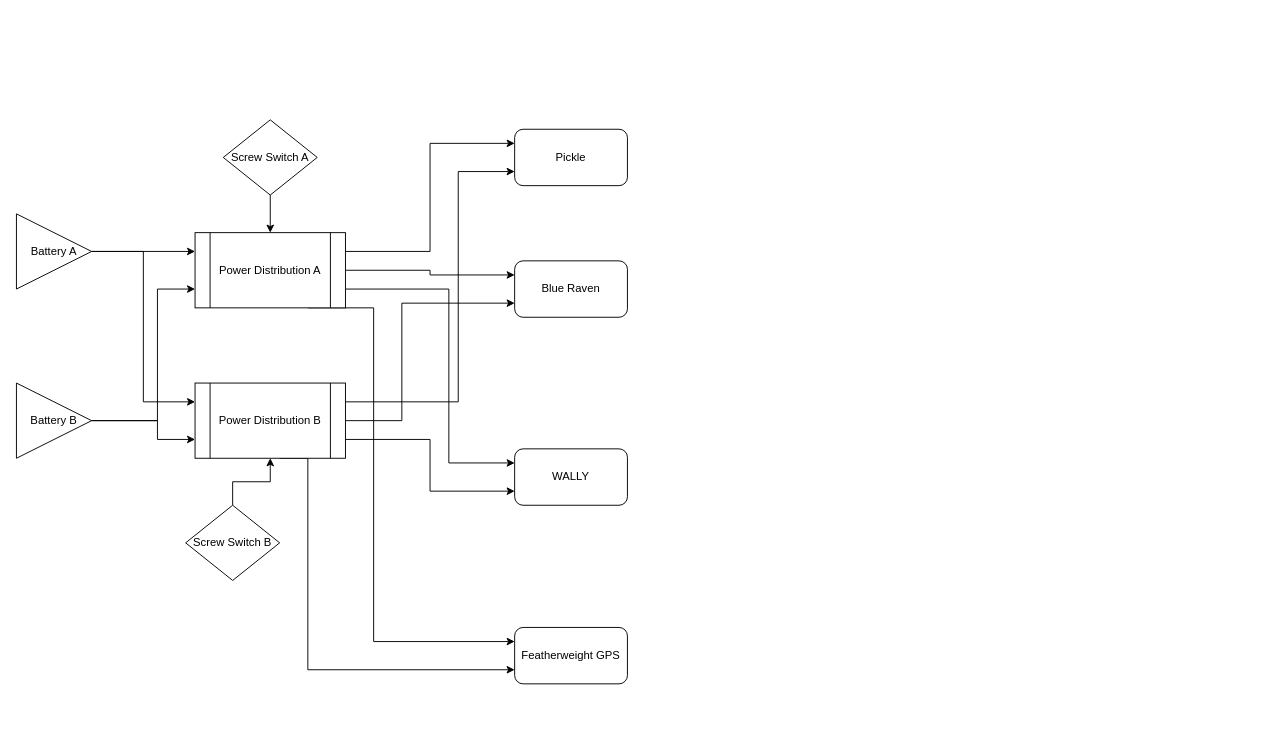
Above: SIRIUS_sustainer.drawio in icl-rocketry/wally (draw.io), before the change. Source tidied: cells renumbered, new cells numbered last; positions are measured from the earlier drawing's top-left corner, leaving out a move shared by most shapes. Both pictures are drawn from the tidied source at 94%, with x=0, y=0 at pixel (16, 119).
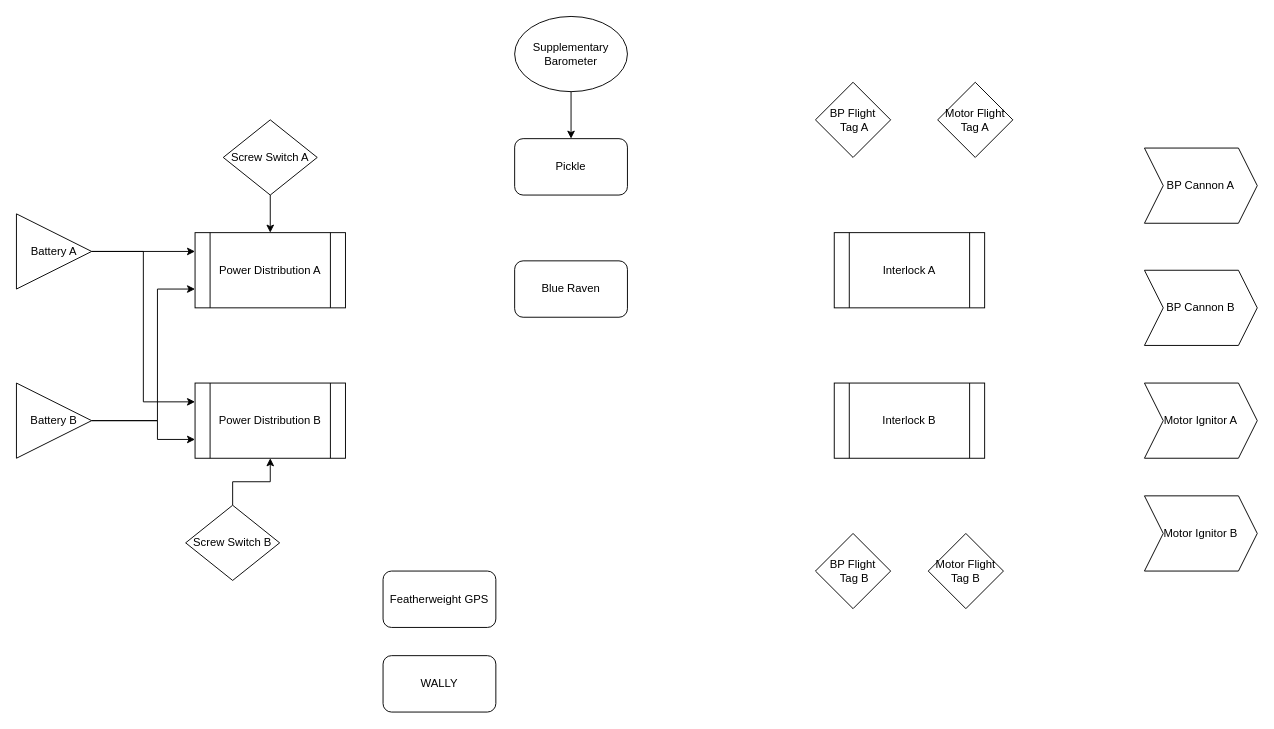
The same page after the edit.

Unchanged cells that the change refers to:
```xml
<mxCell id="6" value="Power Distribution A" style="shape=process;whiteSpace=wrap;html=1;backgroundOutline=1;" parent="1" vertex="1">
  <mxGeometry x="190" y="120" width="160" height="80" as="geometry" />
</mxCell>
<mxCell id="11" value="Power Distribution B" style="shape=process;whiteSpace=wrap;html=1;backgroundOutline=1;" parent="1" vertex="1">
  <mxGeometry x="190" y="280" width="160" height="80" as="geometry" />
</mxCell>
<mxCell id="23" value="Blue Raven" style="rounded=1;whiteSpace=wrap;html=1;" parent="1" vertex="1">
  <mxGeometry x="530" y="150" width="120" height="60" as="geometry" />
</mxCell>
```

Diff of the diagram source:
```diff
@@
-    <mxCell id="2" style="edgeStyle=orthogonalEdgeStyle;rounded=0;jettySize=auto;html=1;exitX=1;exitY=0.25;exitDx=0;exitDy=0;entryX=0;entryY=0.25;entryDx=0;entryDy=0;" parent="1" edge="1" source="6" target="22">
-      <mxGeometry relative="1" as="geometry" />
-    </mxCell>
-    <mxCell id="3" style="edgeStyle=orthogonalEdgeStyle;rounded=0;jettySize=auto;html=1;exitX=1;exitY=0.5;exitDx=0;exitDy=0;entryX=0;entryY=0.25;entryDx=0;entryDy=0;" parent="1" edge="1" source="6" target="23">
-      <mxGeometry relative="1" as="geometry" />
-    </mxCell>
-    <mxCell id="4" style="edgeStyle=orthogonalEdgeStyle;rounded=0;jettySize=auto;html=1;exitX=1;exitY=0.75;exitDx=0;exitDy=0;entryX=0;entryY=0.25;entryDx=0;entryDy=0;" parent="1" edge="1" source="6" target="24">
-      <mxGeometry relative="1" as="geometry">
-        <Array as="points">
-          <mxPoint x="460" y="180" />
-          <mxPoint x="460" y="365" />
-        </Array>
-      </mxGeometry>
-    </mxCell>
-    <mxCell id="5" style="edgeStyle=orthogonalEdgeStyle;rounded=0;jettySize=auto;html=1;exitX=0.75;exitY=1;exitDx=0;exitDy=0;entryX=0;entryY=0.25;entryDx=0;entryDy=0;" parent="1" edge="1" source="6" target="25">
-      <mxGeometry relative="1" as="geometry">
-        <Array as="points">
-          <mxPoint x="380" y="200" />
-          <mxPoint x="380" y="555" />
-        </Array>
-      </mxGeometry>
-    </mxCell>
@@
-    <mxCell id="7" style="edgeStyle=orthogonalEdgeStyle;rounded=0;jettySize=auto;html=1;exitX=1;exitY=0.25;exitDx=0;exitDy=0;entryX=0;entryY=0.75;entryDx=0;entryDy=0;" parent="1" edge="1" source="11" target="22">
-      <mxGeometry relative="1" as="geometry">
-        <Array as="points">
-          <mxPoint x="470" y="300" />
-          <mxPoint x="470" y="55" />
-        </Array>
-      </mxGeometry>
-    </mxCell>
-    <mxCell id="8" style="edgeStyle=orthogonalEdgeStyle;rounded=0;jettySize=auto;html=1;exitX=1;exitY=0.5;exitDx=0;exitDy=0;entryX=0;entryY=0.75;entryDx=0;entryDy=0;" parent="1" edge="1" source="11" target="23">
-      <mxGeometry relative="1" as="geometry">
-        <Array as="points">
-          <mxPoint x="410" y="320" />
-          <mxPoint x="410" y="195" />
-        </Array>
-      </mxGeometry>
-    </mxCell>
-    <mxCell id="9" style="edgeStyle=orthogonalEdgeStyle;rounded=0;jettySize=auto;html=1;exitX=1;exitY=0.75;exitDx=0;exitDy=0;entryX=0;entryY=0.75;entryDx=0;entryDy=0;" parent="1" edge="1" source="11" target="24">
-      <mxGeometry relative="1" as="geometry" />
-    </mxCell>
-    <mxCell id="10" style="edgeStyle=orthogonalEdgeStyle;rounded=0;jettySize=auto;html=1;exitX=0.75;exitY=1;exitDx=0;exitDy=0;entryX=0;entryY=0.75;entryDx=0;entryDy=0;" parent="1" edge="1" target="25">
-      <mxGeometry relative="1" as="geometry">
-        <mxPoint x="280" y="360" as="sourcePoint" />
-        <Array as="points">
-          <mxPoint x="310" y="360" />
-          <mxPoint x="310" y="585" />
-        </Array>
-      </mxGeometry>
-    </mxCell>
@@
     <mxCell id="22" value="Pickle" style="rounded=1;whiteSpace=wrap;html=1;" parent="1" vertex="1">
-      <mxGeometry x="530" y="10" width="120" height="60" as="geometry" />
+      <mxGeometry x="530" y="20" width="120" height="60" as="geometry" />
     </mxCell>
@@
     <mxCell id="24" value="WALLY" style="rounded=1;whiteSpace=wrap;html=1;" parent="1" vertex="1">
-      <mxGeometry x="530" y="350" width="120" height="60" as="geometry" />
+      <mxGeometry x="390" y="570" width="120" height="60" as="geometry" />
     </mxCell>
     <mxCell id="25" value="Featherweight GPS" style="rounded=1;whiteSpace=wrap;html=1;" parent="1" vertex="1">
-      <mxGeometry x="530" y="540" width="120" height="60" as="geometry" />
+      <mxGeometry x="390" y="480" width="120" height="60" as="geometry" />
     </mxCell>
+    <mxCell id="26" style="edgeStyle=orthogonalEdgeStyle;rounded=0;jettySize=auto;html=1;exitX=0.5;exitY=1;exitDx=0;exitDy=0;entryX=0.5;entryY=0;entryDx=0;entryDy=0;" parent="1" edge="1" source="27" target="22">
+      <mxGeometry relative="1" as="geometry" />
+    </mxCell>
+    <mxCell id="27" value="Supplementary Barometer" style="ellipse;whiteSpace=wrap;html=1;" parent="1" vertex="1">
+      <mxGeometry x="530" y="-110" width="120" height="80" as="geometry" />
+    </mxCell>
+    <mxCell id="28" value="Interlock A" style="shape=process;whiteSpace=wrap;html=1;backgroundOutline=1;" parent="1" vertex="1">
+      <mxGeometry x="870" y="120" width="160" height="80" as="geometry" />
+    </mxCell>
+    <mxCell id="29" value="Interlock B" style="shape=process;whiteSpace=wrap;html=1;backgroundOutline=1;" parent="1" vertex="1">
+      <mxGeometry x="870" y="280" width="160" height="80" as="geometry" />
+    </mxCell>
+    <mxCell id="30" value="BP Cannon A" style="shape=step;perimeter=stepPerimeter;whiteSpace=wrap;html=1;fixedSize=1;" parent="1" vertex="1">
+      <mxGeometry x="1200" y="30" width="120" height="80" as="geometry" />
+    </mxCell>
+    <mxCell id="31" value="BP Cannon B" style="shape=step;perimeter=stepPerimeter;whiteSpace=wrap;html=1;fixedSize=1;" parent="1" vertex="1">
+      <mxGeometry x="1200" y="160" width="120" height="80" as="geometry" />
+    </mxCell>
+    <mxCell id="32" value="Motor Ignitor A" style="shape=step;perimeter=stepPerimeter;whiteSpace=wrap;html=1;fixedSize=1;" parent="1" vertex="1">
+      <mxGeometry x="1200" y="280" width="120" height="80" as="geometry" />
+    </mxCell>
+    <mxCell id="33" value="Motor Ignitor B" style="shape=step;perimeter=stepPerimeter;whiteSpace=wrap;html=1;fixedSize=1;" parent="1" vertex="1">
+      <mxGeometry x="1200" y="400" width="120" height="80" as="geometry" />
+    </mxCell>
+    <mxCell id="34" value="BP Flight&lt;br&gt;&amp;nbsp;Tag A" style="rhombus;whiteSpace=wrap;html=1;" parent="1" vertex="1">
+      <mxGeometry x="850" y="-40" width="80" height="80" as="geometry" />
+    </mxCell>
+    <mxCell id="35" value="Motor Flight Tag A" style="rhombus;whiteSpace=wrap;html=1;" parent="1" vertex="1">
+      <mxGeometry x="980" y="-40" width="80" height="80" as="geometry" />
+    </mxCell>
+    <mxCell id="36" value="BP Flight&lt;br&gt;&amp;nbsp;Tag B" style="rhombus;whiteSpace=wrap;html=1;" parent="1" vertex="1">
+      <mxGeometry x="850" y="440" width="80" height="80" as="geometry" />
+    </mxCell>
+    <mxCell id="37" value="Motor Flight Tag B" style="rhombus;whiteSpace=wrap;html=1;" parent="1" vertex="1">
+      <mxGeometry x="970" y="440" width="80" height="80" as="geometry" />
+    </mxCell>
```
